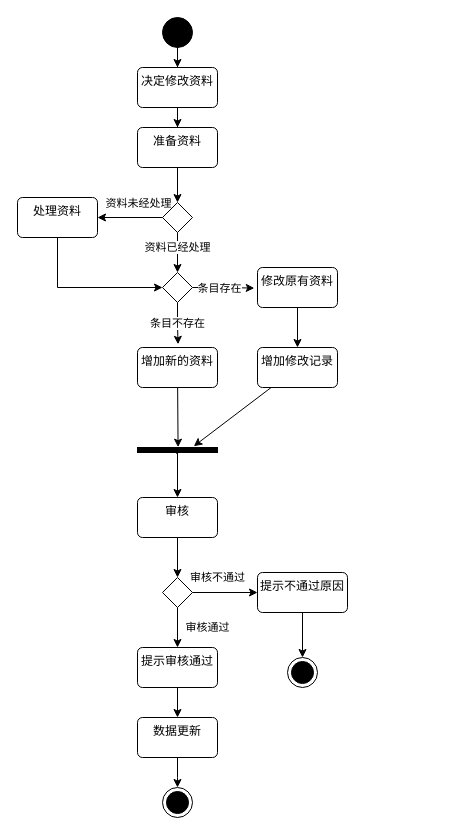
Before: UML活动图录入.drawio in icemeowzhi/uml, a draw.io diagram. Source tidied: cells renumbered, new cells numbered last; positions are measured from the earlier drawing's top-left corner, leaving out a move shared by most shapes. Both pictures are drawn from the tidied source at 100%, with x=0, y=0 at pixel (17, 17).
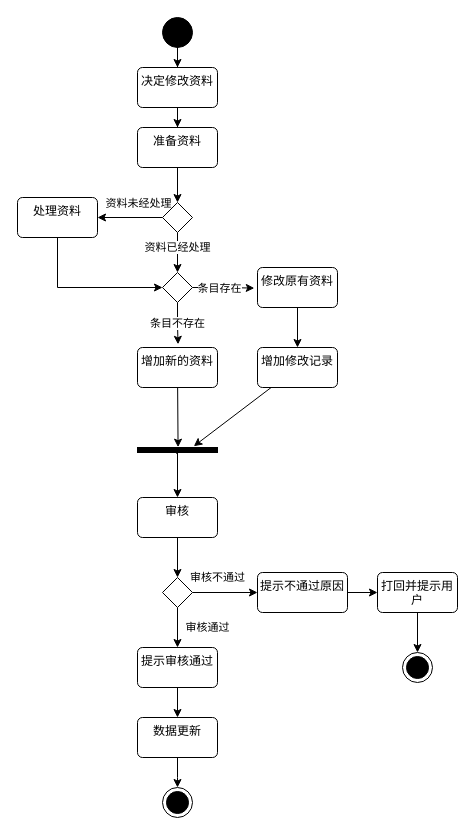
After the change.

Commit message:
更新UML活动图录入.drawio

Unchanged cells that the change refers to:
```xml
<mxCell id="34" value="提示不通过原因" style="html=1;align=center;verticalAlign=top;rounded=1;absoluteArcSize=1;arcSize=10;dashed=0;whiteSpace=wrap;" parent="1" vertex="1">
  <mxGeometry x="240" y="555" width="90" height="40" as="geometry" />
</mxCell>
```

Diff of the diagram source:
```diff
@@
-    <mxCell id="33" style="edgeStyle=orthogonalEdgeStyle;rounded=0;jettySize=auto;html=1;entryX=0.5;entryY=0.167;entryDx=0;entryDy=0;entryPerimeter=0;" parent="1" edge="1" source="34">
-      <mxGeometry relative="1" as="geometry">
-        <mxPoint x="285" y="640" as="targetPoint" />
-      </mxGeometry>
-    </mxCell>
+    <mxCell id="39" style="edgeStyle=orthogonalEdgeStyle;rounded=0;jettySize=auto;html=1;" parent="1" edge="1" source="34" target="41">
+      <mxGeometry relative="1" as="geometry" />
+    </mxCell>
@@
     <mxCell id="38" style="ellipse;html=1;shape=endState;fillColor=strokeColor;" parent="1" vertex="1">
-      <mxGeometry x="270" y="640" width="30" height="30" as="geometry" />
+      <mxGeometry x="385" y="635" width="30" height="30" as="geometry" />
     </mxCell>
+    <mxCell id="40" style="edgeStyle=orthogonalEdgeStyle;rounded=0;jettySize=auto;html=1;" parent="1" edge="1" source="41" target="38">
+      <mxGeometry relative="1" as="geometry" />
+    </mxCell>
+    <mxCell id="41" value="打回并提示用户" style="html=1;align=center;verticalAlign=top;rounded=1;absoluteArcSize=1;arcSize=10;dashed=0;whiteSpace=wrap;" parent="1" vertex="1">
+      <mxGeometry x="360" y="555" width="80" height="40" as="geometry" />
+    </mxCell>
```
